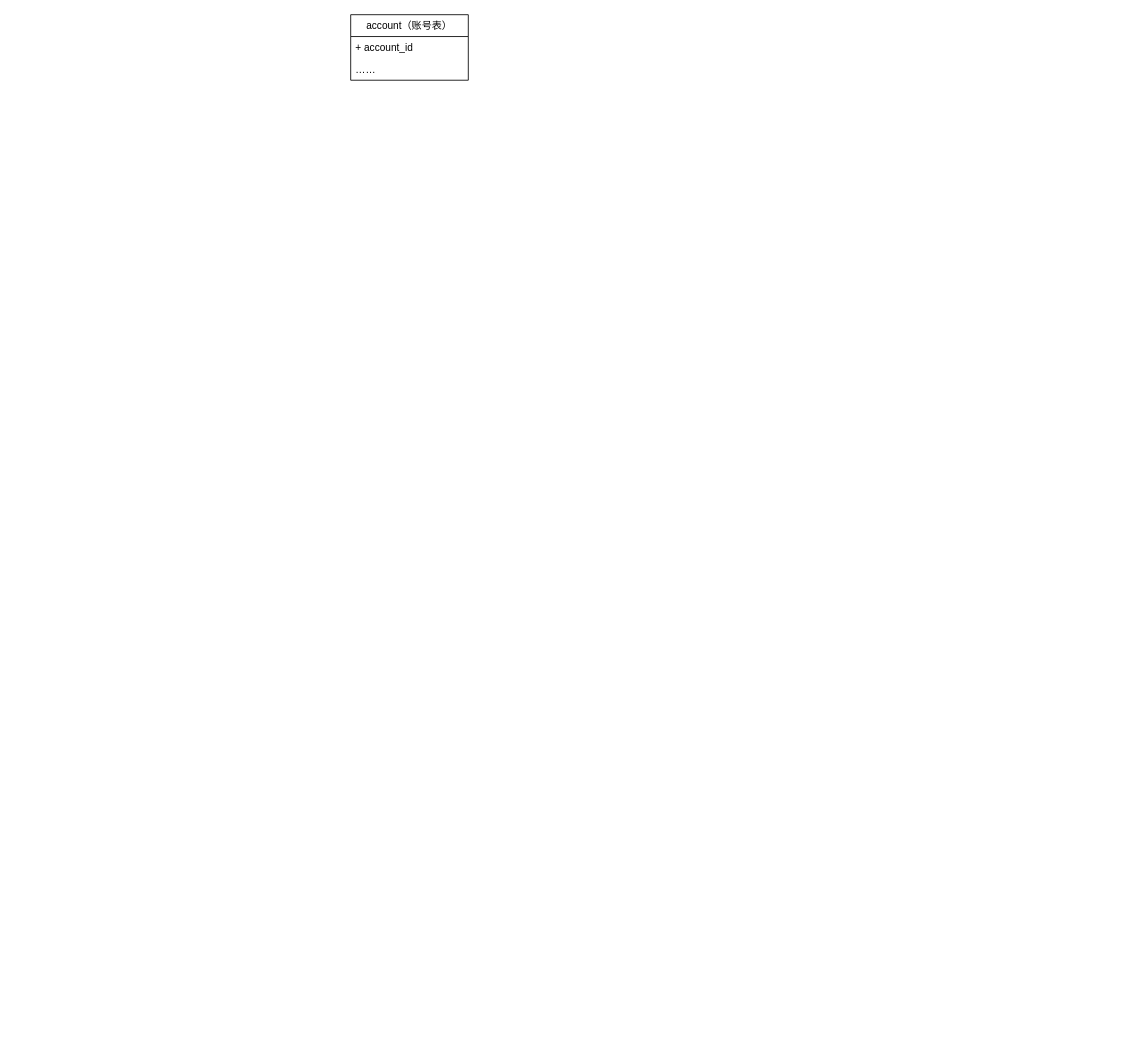
Before: zaimi-quansheng数据库.drawio in iswear/draw.io, a draw.io diagram. Source tidied: cells renumbered, new cells numbered last; positions are measured from the earlier drawing's top-left corner, leaving out a move shared by most shapes. Both pictures are drawn from the tidied source at 84%, with x=0, y=0 at pixel (350, 14).
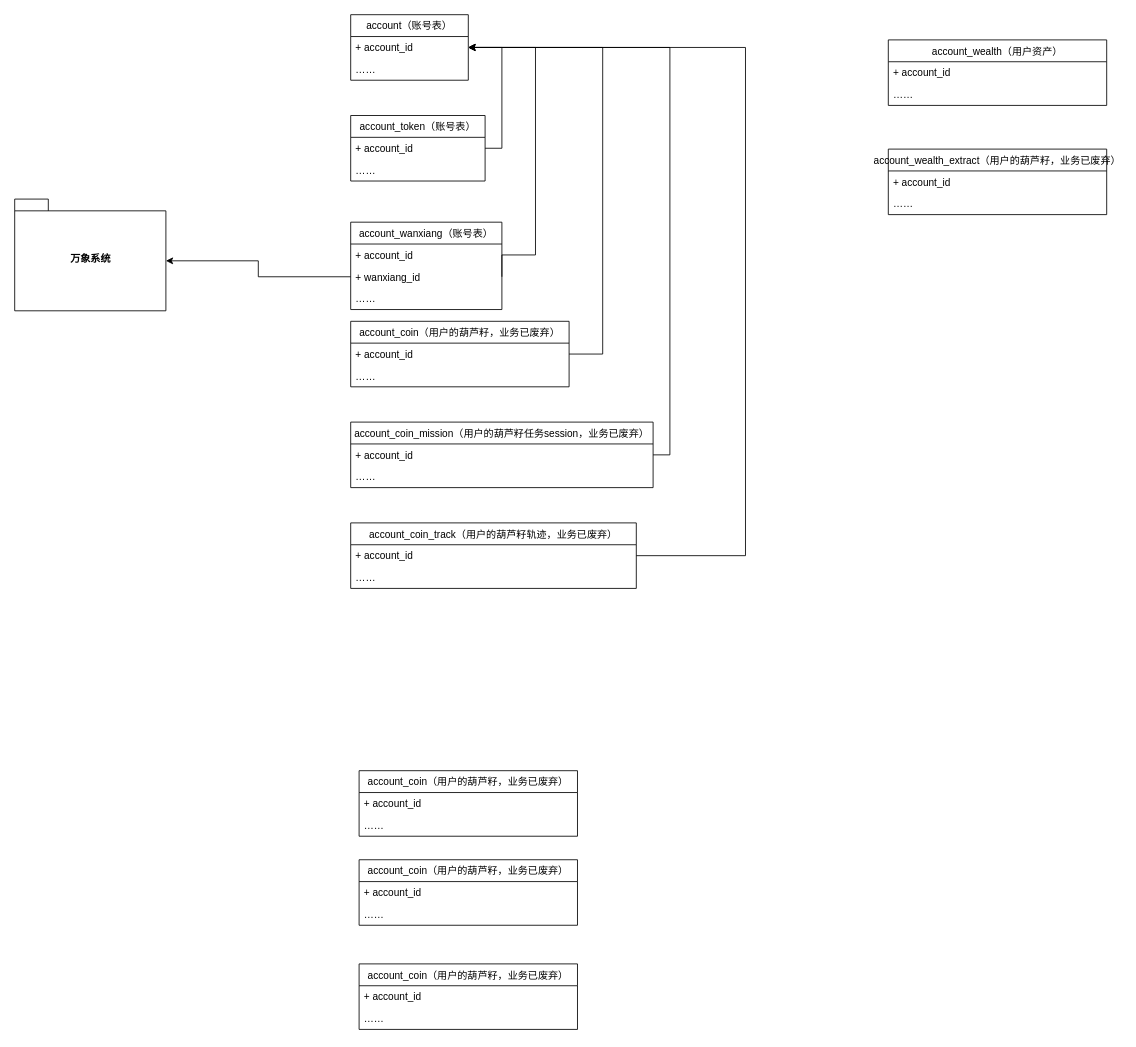
The same diagram, later.

Commit message (it also covers changes not shown here):
更新zaimi-quansheng数据库.drawio

Unchanged cells that the change refers to:
```xml
<mxCell id="3" value="+ account_id" style="text;strokeColor=none;fillColor=none;align=left;verticalAlign=top;spacingLeft=4;spacingRight=4;overflow=hidden;points=[[0,0.5],[1,0.5]];portConstraint=eastwest;" parent="2" vertex="1">
  <mxGeometry y="26" width="140" height="26" as="geometry" />
</mxCell>
```

What changed in the source:
```diff
@@
+    <mxCell id="5" value="account_coin（用户的葫芦籽，业务已废弃）" style="swimlane;fontStyle=0;horizontal=1;startSize=26;fillColor=none;" parent="1" vertex="1">
+      <mxGeometry y="365" width="260" height="78" as="geometry" />
+    </mxCell>
+    <mxCell id="6" value="+ account_id" style="text;strokeColor=none;fillColor=none;align=left;verticalAlign=top;spacingLeft=4;spacingRight=4;overflow=hidden;points=[[0,0.5],[1,0.5]];portConstraint=eastwest;" parent="5" vertex="1">
+      <mxGeometry y="26" width="260" height="26" as="geometry" />
+    </mxCell>
+    <mxCell id="7" value="……" style="text;strokeColor=none;fillColor=none;align=left;verticalAlign=top;spacingLeft=4;spacingRight=4;overflow=hidden;" parent="5" vertex="1">
+      <mxGeometry y="52" width="260" height="26" as="geometry" />
+    </mxCell>
+    <mxCell id="8" value="account_coin_mission（用户的葫芦籽任务session，业务已废弃）" style="swimlane;fontStyle=0;horizontal=1;startSize=26;fillColor=none;" parent="1" vertex="1">
+      <mxGeometry y="485" width="360" height="78" as="geometry" />
+    </mxCell>
+    <mxCell id="9" value="+ account_id" style="text;strokeColor=none;fillColor=none;align=left;verticalAlign=top;spacingLeft=4;spacingRight=4;overflow=hidden;points=[[0,0.5],[1,0.5]];portConstraint=eastwest;" parent="8" vertex="1">
+      <mxGeometry y="26" width="360" height="26" as="geometry" />
+    </mxCell>
+    <mxCell id="10" value="……" style="text;strokeColor=none;fillColor=none;align=left;verticalAlign=top;spacingLeft=4;spacingRight=4;overflow=hidden;" parent="8" vertex="1">
+      <mxGeometry y="52" width="360" height="26" as="geometry" />
+    </mxCell>
+    <mxCell id="11" value="account_coin（用户的葫芦籽，业务已废弃）" style="swimlane;fontStyle=0;horizontal=1;startSize=26;fillColor=none;" parent="1" vertex="1">
+      <mxGeometry x="10" y="1130" width="260" height="78" as="geometry" />
+    </mxCell>
+    <mxCell id="12" value="+ account_id" style="text;strokeColor=none;fillColor=none;align=left;verticalAlign=top;spacingLeft=4;spacingRight=4;overflow=hidden;" parent="11" vertex="1">
+      <mxGeometry y="26" width="260" height="26" as="geometry" />
+    </mxCell>
+    <mxCell id="13" value="……" style="text;strokeColor=none;fillColor=none;align=left;verticalAlign=top;spacingLeft=4;spacingRight=4;overflow=hidden;" parent="11" vertex="1">
+      <mxGeometry y="52" width="260" height="26" as="geometry" />
+    </mxCell>
+    <mxCell id="14" value="account_coin（用户的葫芦籽，业务已废弃）" style="swimlane;fontStyle=0;horizontal=1;startSize=26;fillColor=none;" parent="1" vertex="1">
+      <mxGeometry x="10" y="900" width="260" height="78" as="geometry" />
+    </mxCell>
+    <mxCell id="15" value="+ account_id" style="text;strokeColor=none;fillColor=none;align=left;verticalAlign=top;spacingLeft=4;spacingRight=4;overflow=hidden;" parent="14" vertex="1">
+      <mxGeometry y="26" width="260" height="26" as="geometry" />
+    </mxCell>
+    <mxCell id="16" value="……" style="text;strokeColor=none;fillColor=none;align=left;verticalAlign=top;spacingLeft=4;spacingRight=4;overflow=hidden;" parent="14" vertex="1">
+      <mxGeometry y="52" width="260" height="26" as="geometry" />
+    </mxCell>
+    <mxCell id="17" value="account_coin（用户的葫芦籽，业务已废弃）" style="swimlane;fontStyle=0;horizontal=1;startSize=26;fillColor=none;" parent="1" vertex="1">
+      <mxGeometry x="10" y="1006" width="260" height="78" as="geometry" />
+    </mxCell>
+    <mxCell id="18" value="+ account_id" style="text;strokeColor=none;fillColor=none;align=left;verticalAlign=top;spacingLeft=4;spacingRight=4;overflow=hidden;" parent="17" vertex="1">
+      <mxGeometry y="26" width="260" height="26" as="geometry" />
+    </mxCell>
+    <mxCell id="19" value="……" style="text;strokeColor=none;fillColor=none;align=left;verticalAlign=top;spacingLeft=4;spacingRight=4;overflow=hidden;" parent="17" vertex="1">
+      <mxGeometry y="52" width="260" height="26" as="geometry" />
+    </mxCell>
+    <mxCell id="20" value="account_coin_track（用户的葫芦籽轨迹，业务已废弃）" style="swimlane;fontStyle=0;horizontal=1;startSize=26;fillColor=none;" parent="1" vertex="1">
+      <mxGeometry y="605" width="340" height="78" as="geometry" />
+    </mxCell>
+    <mxCell id="21" value="+ account_id" style="text;strokeColor=none;fillColor=none;align=left;verticalAlign=top;spacingLeft=4;spacingRight=4;overflow=hidden;points=[[0,0.5],[1,0.5]];portConstraint=eastwest;" parent="20" vertex="1">
+      <mxGeometry y="26" width="340" height="26" as="geometry" />
+    </mxCell>
+    <mxCell id="22" value="……" style="text;strokeColor=none;fillColor=none;align=left;verticalAlign=top;spacingLeft=4;spacingRight=4;overflow=hidden;" parent="20" vertex="1">
+      <mxGeometry y="52" width="340" height="26" as="geometry" />
+    </mxCell>
+    <mxCell id="23" style="edgeStyle=orthogonalEdgeStyle;rounded=0;jettySize=auto;html=1;exitX=1;exitY=0.5;exitDx=0;exitDy=0;entryX=1;entryY=0.5;entryDx=0;entryDy=0;" parent="1" edge="1" source="9" target="3">
+      <mxGeometry relative="1" as="geometry" />
+    </mxCell>
+    <mxCell id="24" style="edgeStyle=orthogonalEdgeStyle;rounded=0;jettySize=auto;html=1;exitX=1;exitY=0.5;exitDx=0;exitDy=0;entryX=1;entryY=0.5;entryDx=0;entryDy=0;" parent="1" edge="1" source="6" target="3">
+      <mxGeometry relative="1" as="geometry">
+        <Array as="points">
+          <mxPoint x="300" y="404" />
+          <mxPoint x="300" y="39" />
+        </Array>
+      </mxGeometry>
+    </mxCell>
+    <mxCell id="25" style="edgeStyle=orthogonalEdgeStyle;rounded=0;jettySize=auto;html=1;exitX=1;exitY=0.5;exitDx=0;exitDy=0;entryX=1;entryY=0.5;entryDx=0;entryDy=0;" parent="1" edge="1" source="21" target="3">
+      <mxGeometry relative="1" as="geometry">
+        <Array as="points">
+          <mxPoint x="470" y="644" />
+          <mxPoint x="470" y="39" />
+        </Array>
+      </mxGeometry>
+    </mxCell>
+    <mxCell id="26" value="account_token（账号表）" style="swimlane;fontStyle=0;horizontal=1;startSize=26;fillColor=none;" parent="1" vertex="1">
+      <mxGeometry y="120" width="160" height="78" as="geometry" />
+    </mxCell>
+    <mxCell id="27" value="+ account_id" style="text;strokeColor=none;fillColor=none;align=left;verticalAlign=top;spacingLeft=4;spacingRight=4;overflow=hidden;points=[[0,0.5],[1,0.5]];portConstraint=eastwest;" parent="26" vertex="1">
+      <mxGeometry y="26" width="160" height="26" as="geometry" />
+    </mxCell>
+    <mxCell id="28" value="……" style="text;strokeColor=none;fillColor=none;align=left;verticalAlign=top;spacingLeft=4;spacingRight=4;overflow=hidden;" parent="26" vertex="1">
+      <mxGeometry y="52" width="160" height="26" as="geometry" />
+    </mxCell>
+    <mxCell id="29" style="edgeStyle=orthogonalEdgeStyle;rounded=0;jettySize=auto;html=1;exitX=1;exitY=0.5;exitDx=0;exitDy=0;entryX=1;entryY=0.5;entryDx=0;entryDy=0;" parent="1" edge="1" source="27" target="3">
+      <mxGeometry relative="1" as="geometry" />
+    </mxCell>
+    <mxCell id="30" value="account_wanxiang（账号表）" style="swimlane;fontStyle=0;horizontal=1;startSize=26;fillColor=none;" parent="1" vertex="1">
+      <mxGeometry y="247" width="180" height="104" as="geometry" />
+    </mxCell>
+    <mxCell id="31" value="+ account_id" style="text;strokeColor=none;fillColor=none;align=left;verticalAlign=top;spacingLeft=4;spacingRight=4;overflow=hidden;" parent="30" vertex="1">
+      <mxGeometry y="26" width="180" height="26" as="geometry" />
+    </mxCell>
+    <mxCell id="32" value="+ wanxiang_id" style="text;strokeColor=none;fillColor=none;align=left;verticalAlign=top;spacingLeft=4;spacingRight=4;overflow=hidden;points=[[0,0.5],[1,0.5]];portConstraint=eastwest;" parent="30" vertex="1">
+      <mxGeometry y="52" width="180" height="26" as="geometry" />
+    </mxCell>
+    <mxCell id="33" value="……" style="text;strokeColor=none;fillColor=none;align=left;verticalAlign=top;spacingLeft=4;spacingRight=4;overflow=hidden;" parent="30" vertex="1">
+      <mxGeometry y="78" width="180" height="26" as="geometry" />
+    </mxCell>
+    <mxCell id="34" style="edgeStyle=orthogonalEdgeStyle;rounded=0;jettySize=auto;html=1;exitX=1;exitY=0.5;exitDx=0;exitDy=0;entryX=1;entryY=0.5;entryDx=0;entryDy=0;" parent="1" edge="1" source="32" target="3">
+      <mxGeometry relative="1" as="geometry">
+        <Array as="points">
+          <mxPoint x="220" y="286" />
+          <mxPoint x="220" y="39" />
+        </Array>
+      </mxGeometry>
+    </mxCell>
+    <mxCell id="35" value="万象系统" style="shape=folder;fontStyle=1;spacingTop=10;tabWidth=40;tabHeight=14;tabPosition=left;html=1;" parent="1" vertex="1">
+      <mxGeometry x="-400" y="219.5" width="180" height="133" as="geometry" />
+    </mxCell>
+    <mxCell id="36" style="edgeStyle=orthogonalEdgeStyle;rounded=0;jettySize=auto;html=1;exitX=0;exitY=0.5;exitDx=0;exitDy=0;entryX=0;entryY=0;entryDx=180;entryDy=73.5;entryPerimeter=0;" parent="1" edge="1" source="32" target="35">
+      <mxGeometry relative="1" as="geometry" />
+    </mxCell>
+    <mxCell id="37" value="account_wealth（用户资产）" style="swimlane;fontStyle=0;horizontal=1;startSize=26;fillColor=none;" parent="1" vertex="1">
+      <mxGeometry x="640" y="30" width="260" height="78" as="geometry" />
+    </mxCell>
+    <mxCell id="38" value="+ account_id" style="text;strokeColor=none;fillColor=none;align=left;verticalAlign=top;spacingLeft=4;spacingRight=4;overflow=hidden;" parent="37" vertex="1">
+      <mxGeometry y="26" width="260" height="26" as="geometry" />
+    </mxCell>
+    <mxCell id="39" value="……" style="text;strokeColor=none;fillColor=none;align=left;verticalAlign=top;spacingLeft=4;spacingRight=4;overflow=hidden;" parent="37" vertex="1">
+      <mxGeometry y="52" width="260" height="26" as="geometry" />
+    </mxCell>
+    <mxCell id="40" value="account_wealth_extract（用户的葫芦籽，业务已废弃）" style="swimlane;fontStyle=0;horizontal=1;startSize=26;fillColor=none;" parent="1" vertex="1">
+      <mxGeometry x="640" y="160" width="260" height="78" as="geometry" />
+    </mxCell>
+    <mxCell id="41" value="+ account_id" style="text;strokeColor=none;fillColor=none;align=left;verticalAlign=top;spacingLeft=4;spacingRight=4;overflow=hidden;" parent="40" vertex="1">
+      <mxGeometry y="26" width="260" height="26" as="geometry" />
+    </mxCell>
+    <mxCell id="42" value="……" style="text;strokeColor=none;fillColor=none;align=left;verticalAlign=top;spacingLeft=4;spacingRight=4;overflow=hidden;" parent="40" vertex="1">
+      <mxGeometry y="52" width="260" height="26" as="geometry" />
+    </mxCell>
```
